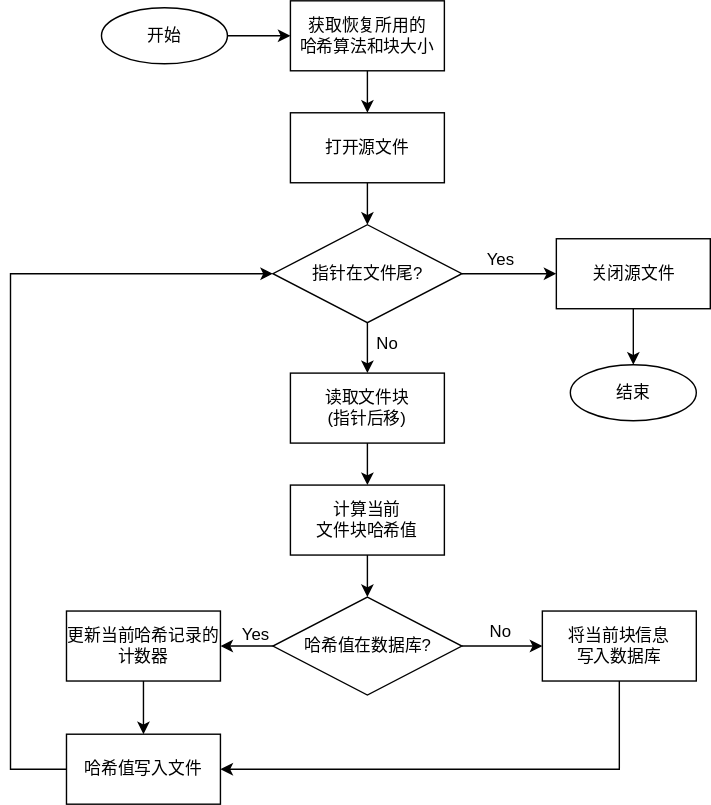
This is doc/img/seg_flow.drawio_CN.svg from NekoSilverFox/BlockStorageTester, a draw.io export, as it was before one commit. Source tidied: cells renumbered, new cells last; positions are measured from the earlier drawing's top-left corner, leaving out a move shared by most shapes. Its diagram source:
```xml
<mxGraphModel>
  <root>
    <mxCell id="0" />
    <mxCell id="1" parent="0" />
    <mxCell id="2" style="edgeStyle=orthogonalEdgeStyle;rounded=0;jettySize=auto;html=1;" parent="1" edge="1" source="3" target="30">
      <mxGeometry relative="1" as="geometry" />
    </mxCell>
    <mxCell id="3" value="开始" style="ellipse;whiteSpace=wrap;html=1;" parent="1" vertex="1">
      <mxGeometry x="65" y="5" width="90" height="40" as="geometry" />
    </mxCell>
    <mxCell id="4" style="edgeStyle=orthogonalEdgeStyle;rounded=0;jettySize=auto;html=1;exitX=0.5;exitY=1;exitDx=0;exitDy=0;entryX=0.5;entryY=0;entryDx=0;entryDy=0;" parent="1" edge="1" source="5" target="8">
      <mxGeometry relative="1" as="geometry" />
    </mxCell>
    <mxCell id="5" value="打开源文件" style="rounded=0;whiteSpace=wrap;html=1;" parent="1" vertex="1">
      <mxGeometry x="200" y="80" width="110" height="50" as="geometry" />
    </mxCell>
    <mxCell id="6" style="edgeStyle=orthogonalEdgeStyle;rounded=0;jettySize=auto;html=1;" parent="1" edge="1" source="8" target="12">
      <mxGeometry relative="1" as="geometry" />
    </mxCell>
    <mxCell id="7" style="edgeStyle=orthogonalEdgeStyle;rounded=0;jettySize=auto;html=1;" parent="1" edge="1" source="8" target="10">
      <mxGeometry relative="1" as="geometry" />
    </mxCell>
    <mxCell id="8" value="指针在文件尾?" style="rhombus;whiteSpace=wrap;html=1;" parent="1" vertex="1">
      <mxGeometry x="187.5" y="160" width="135" height="70" as="geometry" />
    </mxCell>
    <mxCell id="9" style="edgeStyle=orthogonalEdgeStyle;rounded=0;jettySize=auto;html=1;" parent="1" edge="1" source="10" target="24">
      <mxGeometry relative="1" as="geometry" />
    </mxCell>
    <mxCell id="10" value="关闭源文件" style="rounded=0;whiteSpace=wrap;html=1;" parent="1" vertex="1">
      <mxGeometry x="390" y="170" width="110" height="50" as="geometry" />
    </mxCell>
    <mxCell id="11" style="edgeStyle=orthogonalEdgeStyle;rounded=0;jettySize=auto;html=1;" parent="1" edge="1" source="12" target="14">
      <mxGeometry relative="1" as="geometry" />
    </mxCell>
    <mxCell id="12" value="读取文件块&lt;div&gt;(指针后移)&lt;/div&gt;" style="rounded=0;whiteSpace=wrap;html=1;" parent="1" vertex="1">
      <mxGeometry x="200" y="266" width="110" height="50" as="geometry" />
    </mxCell>
    <mxCell id="13" style="edgeStyle=orthogonalEdgeStyle;rounded=0;jettySize=auto;html=1;" parent="1" edge="1" source="14" target="17">
      <mxGeometry relative="1" as="geometry" />
    </mxCell>
    <mxCell id="14" value="计算当前&lt;div&gt;文件块哈希值&lt;/div&gt;" style="rounded=0;whiteSpace=wrap;html=1;" parent="1" vertex="1">
      <mxGeometry x="200" y="346" width="110" height="50" as="geometry" />
    </mxCell>
    <mxCell id="15" style="edgeStyle=orthogonalEdgeStyle;rounded=0;jettySize=auto;html=1;" parent="1" edge="1" source="17" target="19">
      <mxGeometry relative="1" as="geometry" />
    </mxCell>
    <mxCell id="16" style="edgeStyle=orthogonalEdgeStyle;rounded=0;jettySize=auto;html=1;" parent="1" edge="1" source="17" target="21">
      <mxGeometry relative="1" as="geometry" />
    </mxCell>
    <mxCell id="17" value="哈希值在数据库?" style="rhombus;whiteSpace=wrap;html=1;" parent="1" vertex="1">
      <mxGeometry x="187.5" y="426" width="135" height="70" as="geometry" />
    </mxCell>
    <mxCell id="18" style="edgeStyle=orthogonalEdgeStyle;rounded=0;jettySize=auto;html=1;exitX=0.5;exitY=1;exitDx=0;exitDy=0;entryX=1;entryY=0.5;entryDx=0;entryDy=0;" parent="1" edge="1" source="19" target="23">
      <mxGeometry relative="1" as="geometry" />
    </mxCell>
    <mxCell id="19" value="将当前块信息&lt;div&gt;写入数据库&lt;/div&gt;" style="rounded=0;whiteSpace=wrap;html=1;" parent="1" vertex="1">
      <mxGeometry x="380" y="436" width="110" height="50" as="geometry" />
    </mxCell>
    <mxCell id="20" style="edgeStyle=orthogonalEdgeStyle;rounded=0;jettySize=auto;html=1;" parent="1" edge="1" source="21" target="23">
      <mxGeometry relative="1" as="geometry" />
    </mxCell>
    <mxCell id="21" value="更新当前哈希记录的计数器" style="rounded=0;whiteSpace=wrap;html=1;" parent="1" vertex="1">
      <mxGeometry x="40" y="436" width="110" height="50" as="geometry" />
    </mxCell>
    <mxCell id="22" style="edgeStyle=orthogonalEdgeStyle;rounded=0;jettySize=auto;html=1;exitX=0;exitY=0.5;exitDx=0;exitDy=0;entryX=0;entryY=0.5;entryDx=0;entryDy=0;" parent="1" edge="1" source="23" target="8">
      <mxGeometry relative="1" as="geometry">
        <Array as="points">
          <mxPoint y="549" />
          <mxPoint y="195" />
        </Array>
      </mxGeometry>
    </mxCell>
    <mxCell id="23" value="哈希值写入文件" style="rounded=0;whiteSpace=wrap;html=1;" parent="1" vertex="1">
      <mxGeometry x="40" y="524" width="110" height="50" as="geometry" />
    </mxCell>
    <mxCell id="24" value="结束" style="ellipse;whiteSpace=wrap;html=1;" parent="1" vertex="1">
      <mxGeometry x="400" y="260" width="90" height="40" as="geometry" />
    </mxCell>
    <mxCell id="25" value="Yes" style="text;html=1;align=center;verticalAlign=middle;strokeColor=none;fillColor=none;" parent="1" vertex="1">
      <mxGeometry x="330" y="170" width="40" height="30" as="geometry" />
    </mxCell>
    <mxCell id="26" value="No" style="text;html=1;align=center;verticalAlign=middle;strokeColor=none;fillColor=none;" parent="1" vertex="1">
      <mxGeometry x="249" y="230" width="40" height="30" as="geometry" />
    </mxCell>
    <mxCell id="27" value="No" style="text;html=1;align=center;verticalAlign=middle;strokeColor=none;fillColor=none;" parent="1" vertex="1">
      <mxGeometry x="330" y="436" width="40" height="30" as="geometry" />
    </mxCell>
    <mxCell id="28" value="Yes" style="text;html=1;align=center;verticalAlign=middle;strokeColor=none;fillColor=none;" parent="1" vertex="1">
      <mxGeometry x="155" y="438" width="40" height="30" as="geometry" />
    </mxCell>
    <mxCell id="29" style="edgeStyle=orthogonalEdgeStyle;rounded=0;jettySize=auto;html=1;exitX=0.5;exitY=1;exitDx=0;exitDy=0;entryX=0.5;entryY=0;entryDx=0;entryDy=0;" parent="1" edge="1" source="30" target="5">
      <mxGeometry relative="1" as="geometry" />
    </mxCell>
    <mxCell id="30" value="获取恢复所用的&lt;div&gt;哈希算法和块大小&lt;/div&gt;" style="rounded=0;whiteSpace=wrap;html=1;" parent="1" vertex="1">
      <mxGeometry x="200" width="110" height="50" as="geometry" />
    </mxCell>
  </root>
</mxGraphModel>
```
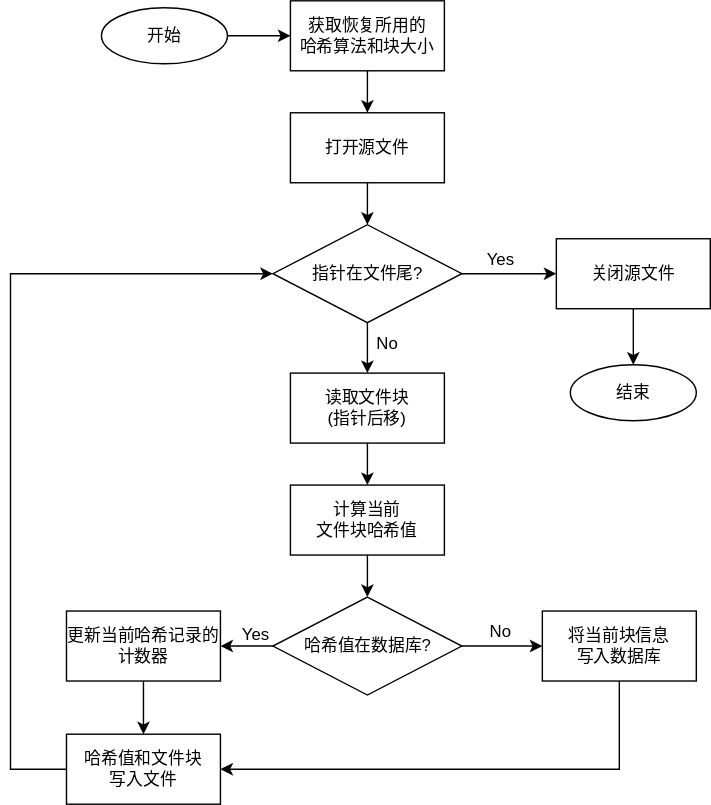
Later version of the same file.

Diff of the diagram source:
```diff
@@ -70,7 +70,7 @@
         </Array>
       </mxGeometry>
     </mxCell>
-    <mxCell id="23" value="哈希值写入文件" style="rounded=0;whiteSpace=wrap;html=1;" parent="1" vertex="1">
+    <mxCell id="23" value="哈希值和文件块&lt;div&gt;写入文件&lt;/div&gt;" style="rounded=0;whiteSpace=wrap;html=1;" parent="1" vertex="1">
       <mxGeometry x="40" y="524" width="110" height="50" as="geometry" />
     </mxCell>
     <mxCell id="24" value="结束" style="ellipse;whiteSpace=wrap;html=1;" parent="1" vertex="1">
```
